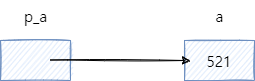
This is gallery/Pointer_api2.drawio.png from 23enje/23enje.github.io, a draw.io export, as it was before one commit. Source tidied: cells renumbered, new cells last; positions are measured from the earlier drawing's top-left corner, leaving out a move shared by most shapes. The source it was exported from:
```xml
<mxGraphModel>
  <root>
    <mxCell id="0" />
    <mxCell id="1" parent="0" />
    <mxCell id="2" style="rounded=0;whiteSpace=wrap;html=1;fillColor=#dae8fc;strokeColor=#6c8ebf;sketch=1;fontFamily=나눔스퀘어;fontSize=15;" parent="1" vertex="1">
      <mxGeometry y="40" width="70" height="40" as="geometry" />
    </mxCell>
    <mxCell id="3" value="521" style="rounded=0;whiteSpace=wrap;html=1;fillColor=#dae8fc;strokeColor=#6c8ebf;sketch=1;fontFamily=나눔스퀘어;fontSize=15;" parent="1" vertex="1">
      <mxGeometry x="184" y="40" width="70" height="40" as="geometry" />
    </mxCell>
    <mxCell id="4" value="a" style="text;html=1;align=center;verticalAlign=middle;strokeColor=none;fillColor=none;fontFamily=나눔스퀘어;fontSize=15;" parent="1" vertex="1">
      <mxGeometry x="204" width="30" height="30" as="geometry" />
    </mxCell>
    <mxCell id="5" style="endArrow=classic;html=1;rounded=0;sketch=1;fontFamily=나눔스퀘어;fontSize=15;entryX=0.086;entryY=0.5;entryDx=0;entryDy=0;entryPerimeter=0;" parent="1" edge="1" target="3">
      <mxGeometry relative="1" as="geometry">
        <mxPoint x="50" y="59.5" as="sourcePoint" />
      </mxGeometry>
    </mxCell>
    <mxCell id="6" value="p_a" style="text;html=1;align=center;verticalAlign=middle;strokeColor=none;fillColor=none;fontFamily=나눔스퀘어;fontSize=15;" parent="1" vertex="1">
      <mxGeometry x="10" width="50" height="30" as="geometry" />
    </mxCell>
  </root>
</mxGraphModel>
```
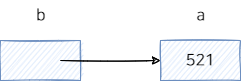
Above is the later version.

Diff of the diagram source:
```diff
@@ -2,22 +2,22 @@
   <root>
     <mxCell id="0" />
     <mxCell id="1" parent="0" />
-    <mxCell id="2" style="rounded=0;whiteSpace=wrap;html=1;fillColor=#dae8fc;strokeColor=#6c8ebf;sketch=1;fontFamily=나눔스퀘어;fontSize=15;" parent="1" vertex="1">
-      <mxGeometry y="40" width="70" height="40" as="geometry" />
-    </mxCell>
+    <mxCell id="7" style="rounded=0;whiteSpace=wrap;html=1;fillColor=#dae8fc;strokeColor=#6c8ebf;sketch=1;fontFamily=나눔스퀘어OTF_ac;fontSize=16;" parent="1" vertex="1">
+      <mxGeometry x="-56" y="-100" width="80" height="40" as="geometry" />
+    </mxCell>
+    <mxCell id="8" value="b" style="text;html=1;align=center;verticalAlign=middle;strokeColor=none;fillColor=none;fontFamily=나눔스퀘어OTF_ac;fontSize=16;" parent="1" vertex="1">
+      <mxGeometry x="-31" y="-140" width="30" height="30" as="geometry" />
+    </mxCell>
-    <mxCell id="3" value="521" style="rounded=0;whiteSpace=wrap;html=1;fillColor=#dae8fc;strokeColor=#6c8ebf;sketch=1;fontFamily=나눔스퀘어;fontSize=15;" parent="1" vertex="1">
-      <mxGeometry x="184" y="40" width="70" height="40" as="geometry" />
+    <mxCell id="3" value="521" style="rounded=0;whiteSpace=wrap;html=1;fillColor=#dae8fc;strokeColor=#6c8ebf;sketch=1;fontFamily=나눔스퀘어OTF_ac;fontSize=16;" parent="1" vertex="1">
+      <mxGeometry x="104" y="-100" width="80" height="40" as="geometry" />
     </mxCell>
-    <mxCell id="4" value="a" style="text;html=1;align=center;verticalAlign=middle;strokeColor=none;fillColor=none;fontFamily=나눔스퀘어;fontSize=15;" parent="1" vertex="1">
-      <mxGeometry x="204" width="30" height="30" as="geometry" />
+    <mxCell id="4" value="a" style="text;html=1;align=center;verticalAlign=middle;strokeColor=none;fillColor=none;fontFamily=나눔스퀘어OTF_ac;fontSize=16;" parent="1" vertex="1">
+      <mxGeometry x="129" y="-140" width="30" height="30" as="geometry" />
     </mxCell>
-    <mxCell id="5" style="endArrow=classic;html=1;rounded=0;sketch=1;fontFamily=나눔스퀘어;fontSize=15;entryX=0.086;entryY=0.5;entryDx=0;entryDy=0;entryPerimeter=0;" parent="1" edge="1" target="3">
-      <mxGeometry relative="1" as="geometry">
-        <mxPoint x="50" y="59.5" as="sourcePoint" />
-      </mxGeometry>
-    </mxCell>
-    <mxCell id="6" value="p_a" style="text;html=1;align=center;verticalAlign=middle;strokeColor=none;fillColor=none;fontFamily=나눔스퀘어;fontSize=15;" parent="1" vertex="1">
-      <mxGeometry x="10" width="50" height="30" as="geometry" />
-    </mxCell>
+    <mxCell id="9" style="endArrow=classic;html=1;rounded=0;sketch=1;fontFamily=나눔스퀘어OTF_ac;fontSize=16;entryX=0;entryY=0.5;entryDx=0;entryDy=0;" parent="1" edge="1" target="3">
+      <mxGeometry relative="1" as="geometry">
+        <mxPoint x="4" y="-80" as="sourcePoint" />
+      </mxGeometry>
+    </mxCell>
   </root>
 </mxGraphModel>
```
